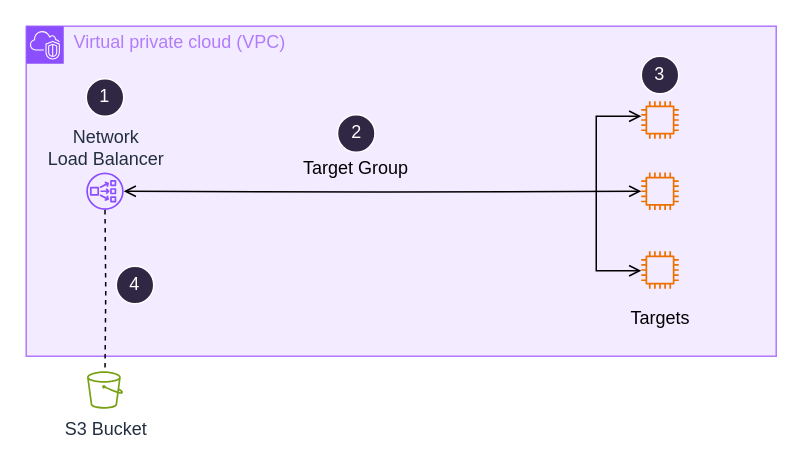
The draw.io diagram page "NLB" (4 of 13) of content/assets/monitoring-observability/Services.drawio in aws/aws-networking-best-practices, before the edit. Source tidied: cells renumbered, new cells numbered last; positions are measured from the earlier drawing's top-left corner, leaving out a move shared by most shapes. Both pictures are drawn from the tidied source at 150%, with x=0, y=0 at pixel (26, 26).
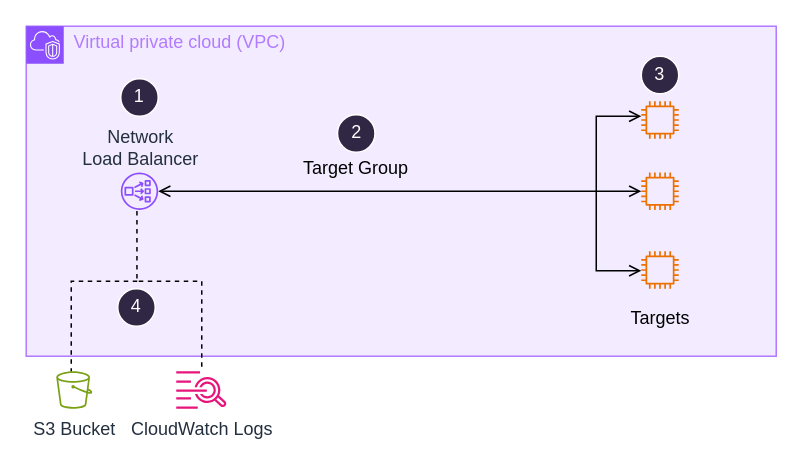
The same page after the edit.

Commit message (it also covers changes not shown here):
Service Monitoring: Updates for NLB QUIC and logs to CloudWatch logs launches (#115)

Unchanged cells that the change refers to:
```xml
<mxCell id="2" value="Virtual private cloud (VPC)" style="group;fontColor=#b17cff;fontFamily=Amazon Ember;align=left;spacingLeft=30;whiteSpace=wrap;spacingTop=-3;" parent="1" vertex="1">
  <mxGeometry width="500" height="220" as="geometry" />
</mxCell>
<mxCell id="7" style="sketch=0;outlineConnect=0;fontColor=#232F3E;gradientColor=none;fillColor=#ED7100;strokeColor=none;dashed=0;verticalLabelPosition=bottom;verticalAlign=top;align=center;html=1;fontSize=12;fontStyle=0;shape=mxgraph.aws4.instance2;" parent="2" vertex="1">
  <mxGeometry x="410" y="97.5" width="25" height="25" as="geometry" />
</mxCell>
```

Diff of the diagram source:
```diff
@@
-    <mxCell id="6" style="edgeStyle=orthogonalEdgeStyle;rounded=0;jettySize=auto;html=1;startArrow=open;startFill=0;endArrow=open;endFill=0;" parent="2" edge="1" target="7">
-      <mxGeometry relative="1" as="geometry">
-        <mxPoint x="65" y="110" as="sourcePoint" />
-      </mxGeometry>
+    <mxCell id="6" style="edgeStyle=orthogonalEdgeStyle;rounded=0;jettySize=auto;html=1;startArrow=open;startFill=0;endArrow=open;endFill=0;" parent="2" edge="1" source="16" target="7">
+      <mxGeometry relative="1" as="geometry" />
     </mxCell>
@@
     <mxCell id="13" value="1" style="ellipse;whiteSpace=wrap;html=1;fontFamily=Amazon Ember;fillColor=#302744;strokeColor=#ffffff;fontColor=#ffffff;fontStyle=0;spacingBottom=2;" parent="2" vertex="1">
-      <mxGeometry x="40" y="35" width="25" height="25" as="geometry" />
+      <mxGeometry x="63" y="35" width="25" height="25" as="geometry" />
     </mxCell>
@@
     <mxCell id="16" value="Network&lt;br&gt;Load Balancer" style="sketch=0;outlineConnect=0;fontColor=#232F3E;gradientColor=none;fillColor=#8C4FFF;strokeColor=none;dashed=0;verticalLabelPosition=top;verticalAlign=bottom;align=center;html=1;fontSize=12;fontStyle=0;shape=mxgraph.aws4.network_load_balancer;fontFamily=Amazon Ember;labelPosition=center;" parent="2" vertex="1">
-      <mxGeometry x="40" y="97.5" width="25" height="25" as="geometry" />
+      <mxGeometry x="63" y="97.5" width="25" height="25" as="geometry" />
     </mxCell>
     <mxCell id="17" value="4" style="ellipse;whiteSpace=wrap;html=1;fontFamily=Amazon Ember;fillColor=#302744;strokeColor=#ffffff;fontColor=#ffffff;fontStyle=0;spacingBottom=2;" parent="2" vertex="1">
-      <mxGeometry x="60" y="160" width="25" height="25" as="geometry" />
+      <mxGeometry x="61" y="175" width="25" height="25" as="geometry" />
     </mxCell>
     <mxCell id="18" value="S3 Bucket" style="sketch=0;outlineConnect=0;fontColor=#232F3E;gradientColor=none;fillColor=#7AA116;strokeColor=none;dashed=0;verticalLabelPosition=bottom;verticalAlign=top;align=center;html=1;fontSize=12;fontStyle=0;shape=mxgraph.aws4.bucket;fontFamily=Amazon Ember;" parent="1" vertex="1">
-      <mxGeometry x="40.5" y="230" width="24" height="25" as="geometry" />
+      <mxGeometry x="20" y="230" width="24" height="25" as="geometry" />
     </mxCell>
     <mxCell id="19" style="edgeStyle=orthogonalEdgeStyle;rounded=0;jettySize=auto;html=1;endArrow=none;endFill=0;dashed=1;" parent="1" edge="1" target="18">
       <mxGeometry relative="1" as="geometry">
-        <mxPoint x="52.5" y="122.5" as="sourcePoint" />
+        <mxPoint x="74" y="170" as="sourcePoint" />
+        <Array as="points">
+          <mxPoint x="30" y="170" />
+        </Array>
       </mxGeometry>
     </mxCell>
+    <mxCell id="20" value="CloudWatch Logs" style="sketch=0;outlineConnect=0;fontColor=#232F3E;gradientColor=none;fillColor=#E7157B;strokeColor=none;dashed=0;verticalLabelPosition=bottom;verticalAlign=top;align=center;html=1;fontSize=12;fontStyle=0;shape=mxgraph.aws4.cloudwatch_logs;fontFamily=Amazon Ember;" parent="1" vertex="1">
+      <mxGeometry x="100" y="230" width="33.6" height="25" as="geometry" />
+    </mxCell>
+    <mxCell id="21" style="edgeStyle=orthogonalEdgeStyle;rounded=0;jettySize=auto;html=1;endArrow=none;endFill=0;dashed=1;exitX=0.432;exitY=1.029;exitDx=0;exitDy=0;exitPerimeter=0;" parent="1" edge="1" source="16" target="20">
+      <mxGeometry relative="1" as="geometry">
+        <Array as="points">
+          <mxPoint x="74" y="170" />
+          <mxPoint x="117" y="170" />
+        </Array>
+      </mxGeometry>
+    </mxCell>
```
